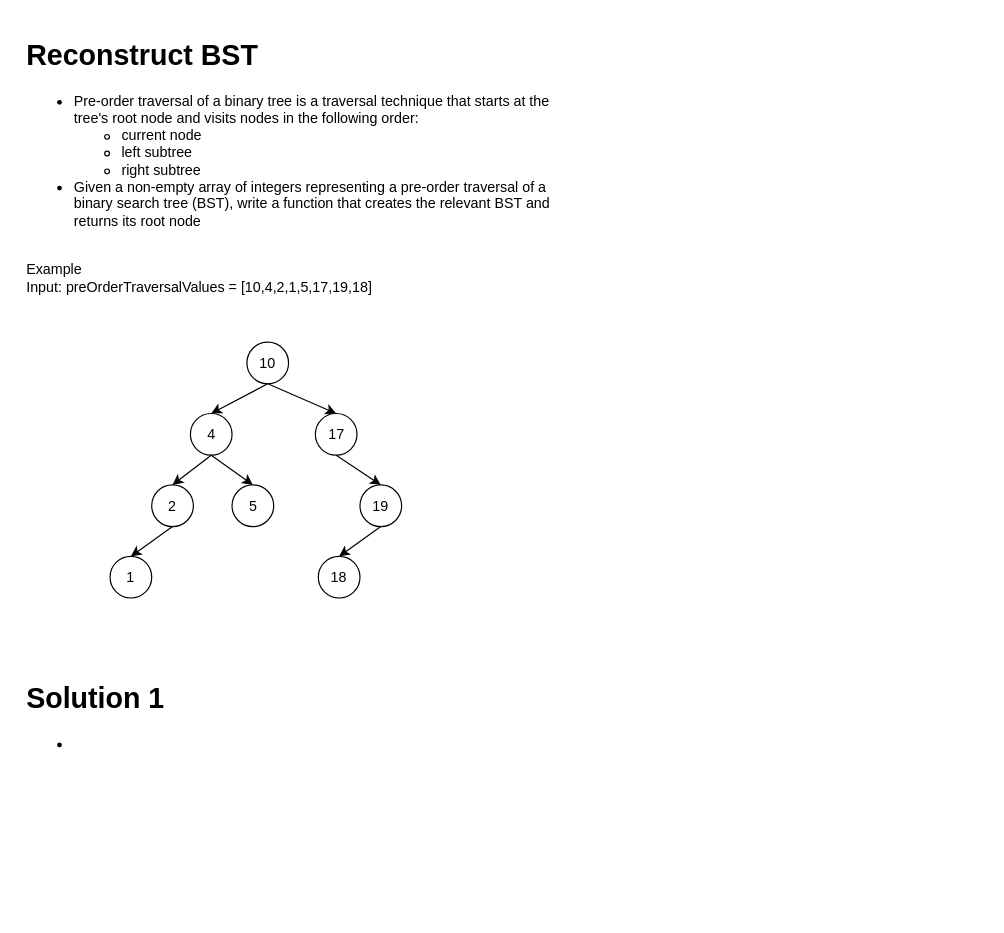
Earlier version of the draw.io diagram src/reconstruct-bst.drawio (aj03794/leetcode-problems). Source tidied: cells renumbered, new cells numbered last; positions are measured from the earlier drawing's top-left corner, leaving out a move shared by most shapes. Both pictures are drawn from the tidied source at 119%, with x=0, y=0 at pixel (20, 32).
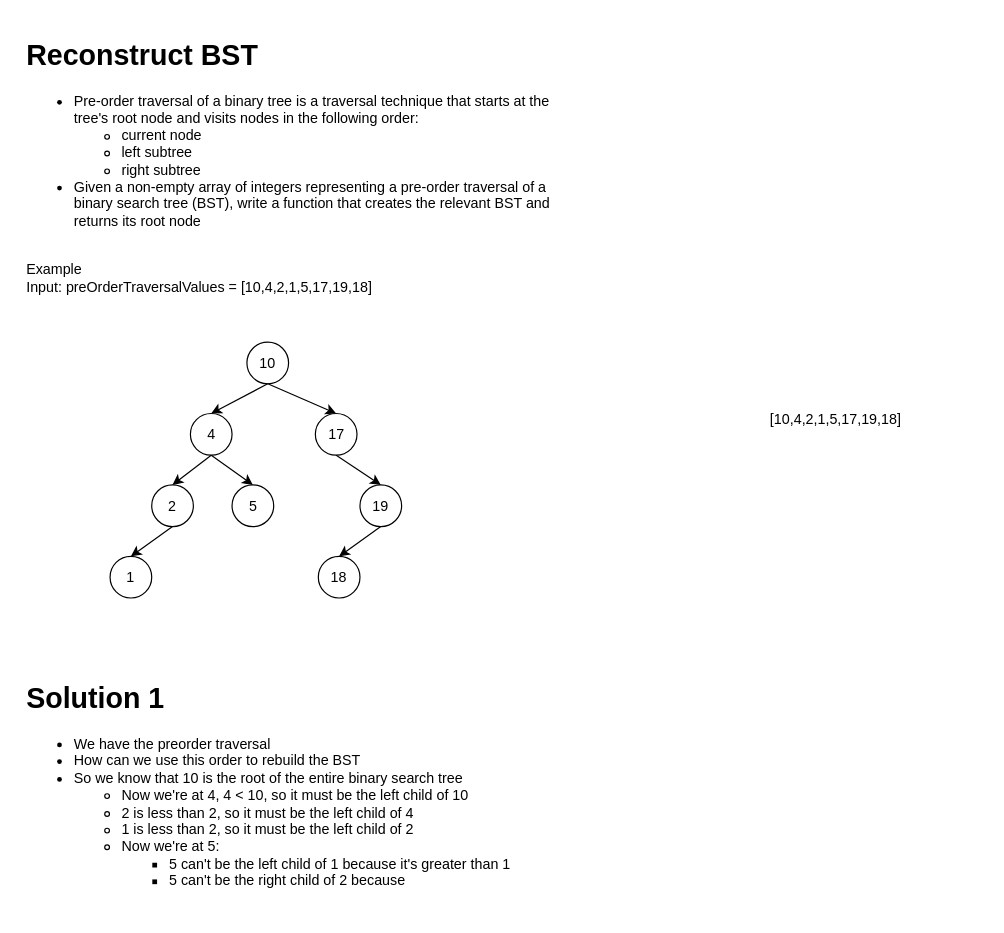
After the change.

The edit, as a diff of the source:
```diff
@@
 <mxGraphModel>
   <root>
     <mxCell id="0" />
     <mxCell id="1" parent="0" />
     <mxCell id="2" value="&lt;h1&gt;Reconstruct BST&lt;/h1&gt;&lt;p&gt;&lt;/p&gt;&lt;ul&gt;&lt;li&gt;Pre-order traversal of a binary tree is a traversal technique that starts at the tree's root node and visits nodes in the following order:&lt;/li&gt;&lt;ul&gt;&lt;li&gt;current node&lt;/li&gt;&lt;li&gt;left subtree&lt;/li&gt;&lt;li&gt;right subtree&lt;/li&gt;&lt;/ul&gt;&lt;li&gt;Given a non-empty array of integers representing a pre-order traversal of a binary search tree (BST), write a function that creates the relevant BST and returns its root node&lt;/li&gt;&lt;/ul&gt;&lt;div&gt;&lt;br&gt;&lt;/div&gt;&lt;div&gt;Example&lt;/div&gt;&lt;div&gt;Input: preOrderTraversalValues = [10,4,2,1,5,17,19,18]&lt;/div&gt;&lt;p&gt;&lt;/p&gt;" style="text;html=1;strokeColor=none;fillColor=none;spacing=5;spacingTop=-20;whiteSpace=wrap;overflow=hidden;rounded=0;" parent="1" vertex="1">
       <mxGeometry width="460" height="240" as="geometry" />
     </mxCell>
     <mxCell id="3" value="10" style="ellipse;whiteSpace=wrap;html=1;" parent="1" vertex="1">
       <mxGeometry x="190" y="260" width="35" height="35" as="geometry" />
     </mxCell>
     <mxCell id="4" value="4" style="ellipse;whiteSpace=wrap;html=1;" parent="1" vertex="1">
       <mxGeometry x="142.5" y="320" width="35" height="35" as="geometry" />
     </mxCell>
     <mxCell id="5" value="5" style="ellipse;whiteSpace=wrap;html=1;" parent="1" vertex="1">
       <mxGeometry x="177.5" y="380" width="35" height="35" as="geometry" />
     </mxCell>
     <mxCell id="6" value="2" style="ellipse;whiteSpace=wrap;html=1;" parent="1" vertex="1">
       <mxGeometry x="110" y="380" width="35" height="35" as="geometry" />
     </mxCell>
     <mxCell id="7" value="1" style="ellipse;whiteSpace=wrap;html=1;" parent="1" vertex="1">
       <mxGeometry x="75" y="440" width="35" height="35" as="geometry" />
     </mxCell>
     <mxCell id="8" value="17" style="ellipse;whiteSpace=wrap;html=1;" parent="1" vertex="1">
       <mxGeometry x="247.5" y="320" width="35" height="35" as="geometry" />
     </mxCell>
     <mxCell id="9" value="19" style="ellipse;whiteSpace=wrap;html=1;" parent="1" vertex="1">
       <mxGeometry x="285" y="380" width="35" height="35" as="geometry" />
     </mxCell>
     <mxCell id="10" value="18" style="ellipse;whiteSpace=wrap;html=1;" parent="1" vertex="1">
       <mxGeometry x="250" y="440" width="35" height="35" as="geometry" />
     </mxCell>
     <mxCell id="11" style="endArrow=classic;html=1;rounded=0;exitX=0.5;exitY=1;exitDx=0;exitDy=0;entryX=0.5;entryY=0;entryDx=0;entryDy=0;" parent="1" edge="1" source="3" target="4">
       <mxGeometry relative="1" as="geometry" />
     </mxCell>
     <mxCell id="12" style="endArrow=classic;html=1;rounded=0;entryX=0.5;entryY=0;entryDx=0;entryDy=0;exitX=0.5;exitY=1;exitDx=0;exitDy=0;" parent="1" edge="1" source="3" target="8">
       <mxGeometry relative="1" as="geometry" />
     </mxCell>
     <mxCell id="13" style="endArrow=classic;html=1;rounded=0;exitX=0.5;exitY=1;exitDx=0;exitDy=0;entryX=0.5;entryY=0;entryDx=0;entryDy=0;" parent="1" edge="1" source="4" target="6">
       <mxGeometry relative="1" as="geometry" />
     </mxCell>
     <mxCell id="14" style="endArrow=classic;html=1;rounded=0;exitX=0.5;exitY=1;exitDx=0;exitDy=0;entryX=0.5;entryY=0;entryDx=0;entryDy=0;" parent="1" edge="1" source="4" target="5">
       <mxGeometry relative="1" as="geometry" />
     </mxCell>
     <mxCell id="15" style="endArrow=classic;html=1;rounded=0;exitX=0.5;exitY=1;exitDx=0;exitDy=0;entryX=0.5;entryY=0;entryDx=0;entryDy=0;" parent="1" edge="1" source="6" target="7">
       <mxGeometry relative="1" as="geometry" />
     </mxCell>
     <mxCell id="16" style="endArrow=classic;html=1;rounded=0;entryX=0.5;entryY=0;entryDx=0;entryDy=0;exitX=0.5;exitY=1;exitDx=0;exitDy=0;" parent="1" edge="1" source="8" target="9">
       <mxGeometry relative="1" as="geometry" />
     </mxCell>
     <mxCell id="17" style="endArrow=classic;html=1;rounded=0;exitX=0.5;exitY=1;exitDx=0;exitDy=0;entryX=0.5;entryY=0;entryDx=0;entryDy=0;" parent="1" edge="1" source="9" target="10">
       <mxGeometry relative="1" as="geometry" />
     </mxCell>
-    <mxCell id="18" value="&lt;h1&gt;Solution 1&lt;/h1&gt;&lt;p&gt;&lt;/p&gt;&lt;ul&gt;&lt;li&gt;&lt;br&gt;&lt;/li&gt;&lt;/ul&gt;&lt;p&gt;&lt;/p&gt;" style="text;html=1;strokeColor=none;fillColor=none;spacing=5;spacingTop=-20;whiteSpace=wrap;overflow=hidden;rounded=0;" parent="1" vertex="1">
+    <mxCell id="18" value="&lt;h1&gt;Solution 1&lt;/h1&gt;&lt;p&gt;&lt;/p&gt;&lt;ul&gt;&lt;li&gt;We have the preorder traversal&lt;/li&gt;&lt;li&gt;How can we use this order to rebuild the BST&lt;/li&gt;&lt;li&gt;So we know that 10 is the root of the entire binary search tree&lt;/li&gt;&lt;ul&gt;&lt;li&gt;Now we're at 4, 4 &amp;lt; 10, so it must be the left child of 10&lt;/li&gt;&lt;li&gt;2 is less than 2, so it must be the left child of 4&lt;/li&gt;&lt;li&gt;1 is less than 2, so it must be the left child of 2&lt;/li&gt;&lt;li&gt;Now we're at 5:&lt;/li&gt;&lt;ul&gt;&lt;li&gt;5 can't be the left child of 1 because it's greater than 1&lt;/li&gt;&lt;li&gt;5 can't be the right child of 2 because&amp;nbsp;&lt;/li&gt;&lt;/ul&gt;&lt;/ul&gt;&lt;/ul&gt;&lt;p&gt;&lt;/p&gt;" style="text;html=1;strokeColor=none;fillColor=none;spacing=5;spacingTop=-20;whiteSpace=wrap;overflow=hidden;rounded=0;" parent="1" vertex="1">
       <mxGeometry y="540" width="430" height="200" as="geometry" />
     </mxCell>
+    <mxCell id="19" value="[10,4,2,1,5,17,19,18]" style="text;html=1;strokeColor=none;fillColor=none;align=center;verticalAlign=middle;whiteSpace=wrap;rounded=0;" parent="1" vertex="1">
+      <mxGeometry x="560" y="310" width="250" height="30" as="geometry" />
+    </mxCell>
   </root>
 </mxGraphModel>
```
